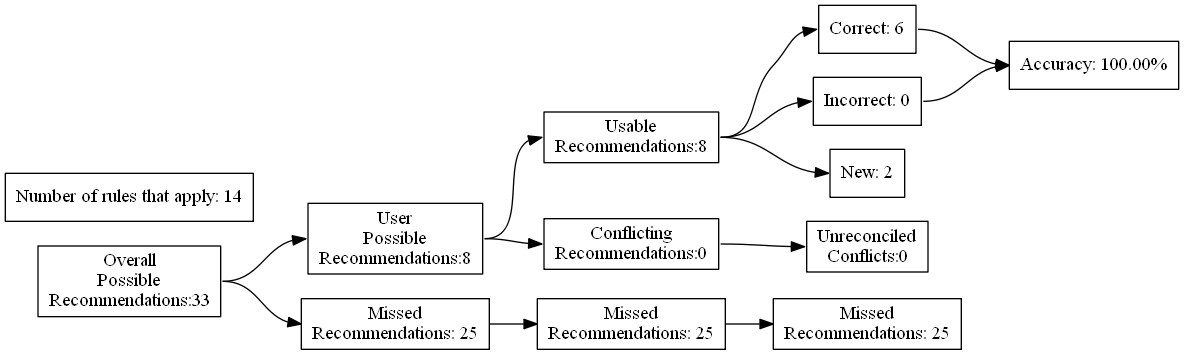
ZaxR/ibd_diet_analysis keeps this Graphviz diagram as test_renders/36.gv.png. Above is the earlier version. Its source is kept beside it as test_renders/36.gv.
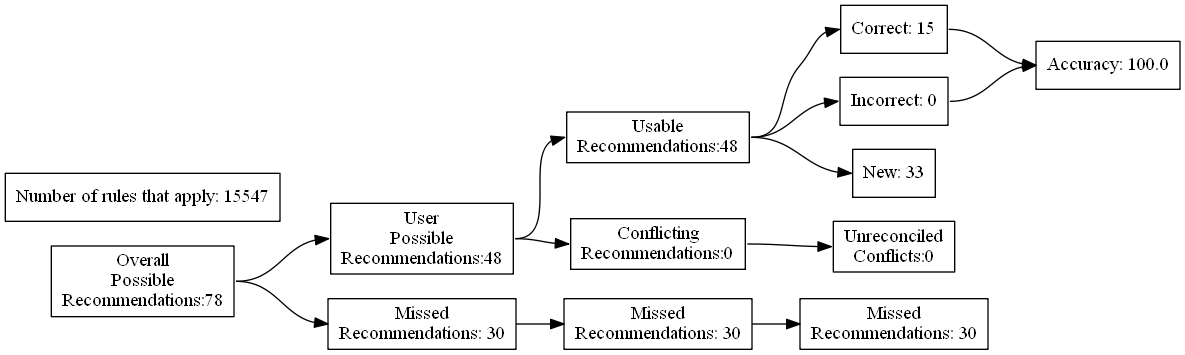
After the commit.

The edit, as a diff of the source:
```diff
@@ -4,27 +4,27 @@
 	edge [headport=w tailport=e]
 		A [label="Overall
 Possible
-Recommendations:33"]
+Recommendations:78"]
 		B [label="User
 Possible
-Recommendations:8"]
+Recommendations:48"]
 		C [label="Missed
-Recommendations: 25"]
+Recommendations: 30"]
 		D [label="Usable
-Recommendations:8"]
+Recommendations:48"]
 		E [label="Conflicting
 Recommendations:0"]
 		J [label="Missed
-Recommendations: 25"]
+Recommendations: 30"]
 		M [label="Unreconciled
 Conflicts:0"]
-		F [label="Correct: 6"]
+		F [label="Correct: 15"]
 		G [label="Incorrect: 0"]
-		H [label="New: 2"]
+		H [label="New: 33"]
 		K [label="Missed
-Recommendations: 25"]
-		I [label="Accuracy: 100.00%"]
-		l [label="Number of rules that apply: 14"]
+Recommendations: 30"]
+		I [label="Accuracy: 100.0"]
+		l [label="Number of rules that apply: 15547"]
 			A -> B
 			A -> C
 			B -> D
```
